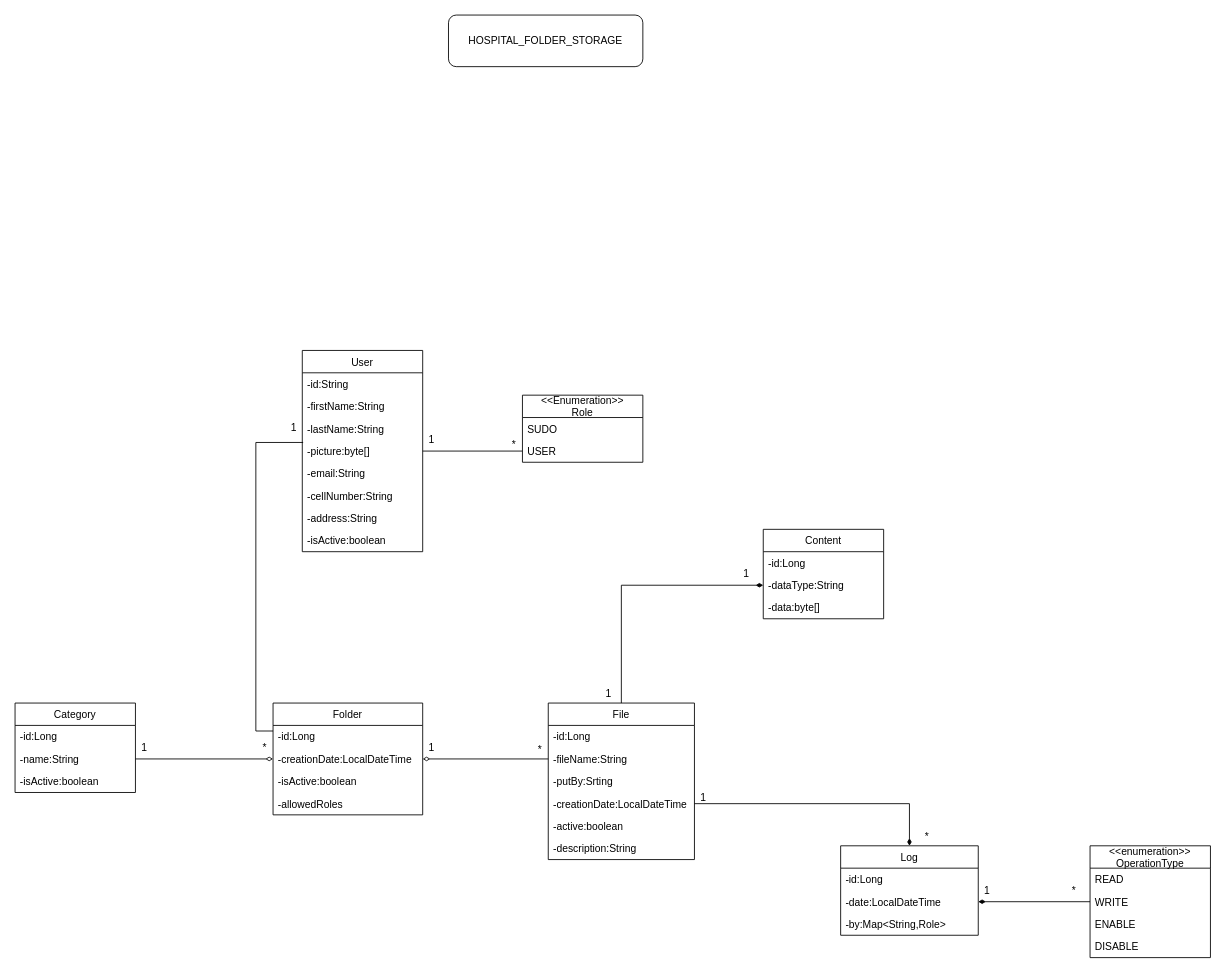
Above: fileCabinetUML.drawio in Moussa348/FilingCabinet (draw.io), before the change. Source tidied: cells renumbered, new cells numbered last; positions are measured from the earlier drawing's top-left corner, leaving out a move shared by most shapes. Both pictures are drawn from the tidied source at 86%, with x=0, y=0 at pixel (15, 15).
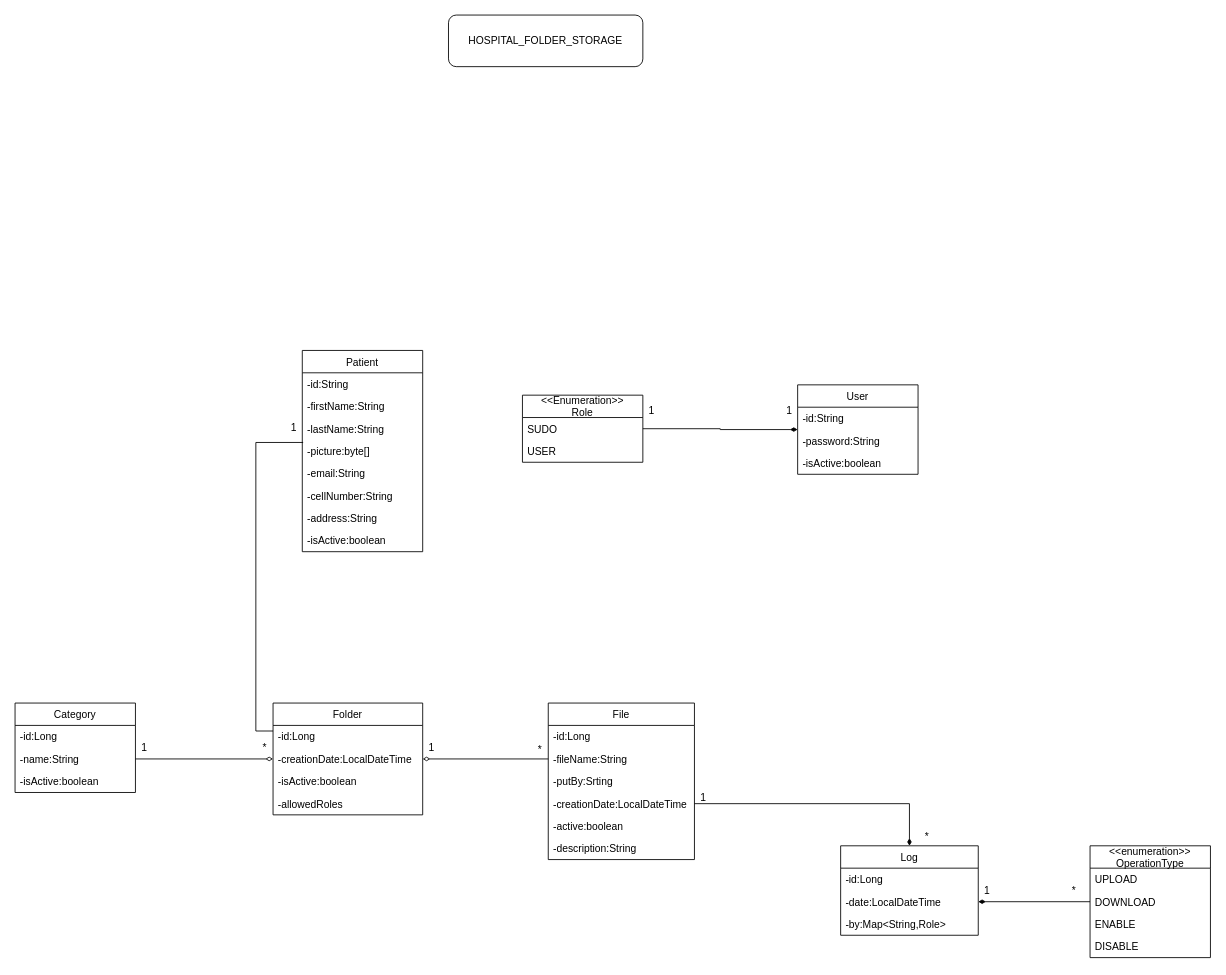
After the change.

The change refers to these unchanged cells:
```xml
<mxCell id="6" value="-picture:byte[]" style="text;strokeColor=none;fillColor=none;align=left;verticalAlign=top;spacingLeft=4;spacingRight=4;overflow=hidden;points=[[0,0.5],[1,0.5]];portConstraint=eastwest;" parent="2" vertex="1">
  <mxGeometry y="104" width="140" height="26" as="geometry" />
</mxCell>
<mxCell id="27" value="File" style="swimlane;fontStyle=0;horizontal=1;startSize=26;fillColor=none;" parent="1" vertex="1">
  <mxGeometry x="620" y="800" width="170" height="182" as="geometry" />
</mxCell>
<mxCell id="51" value="SUDO" style="text;strokeColor=none;fillColor=none;align=left;verticalAlign=top;spacingLeft=4;spacingRight=4;overflow=hidden;points=[[0,0.5],[1,0.5]];portConstraint=eastwest;" parent="50" vertex="1">
  <mxGeometry y="26" width="140" height="26" as="geometry" />
</mxCell>
<mxCell id="52" value="USER" style="text;strokeColor=none;fillColor=none;align=left;verticalAlign=top;spacingLeft=4;spacingRight=4;overflow=hidden;points=[[0,0.5],[1,0.5]];portConstraint=eastwest;" parent="50" vertex="1">
  <mxGeometry y="52" width="140" height="26" as="geometry" />
</mxCell>
<mxCell id="57" value="&lt;&lt;enumeration&gt;&gt;&#10;OperationType" style="swimlane;fontStyle=0;horizontal=1;startSize=26;fillColor=none;" parent="1" vertex="1">
  <mxGeometry x="1250" y="966" width="140" height="130" as="geometry" />
</mxCell>
```

What changed in the source:
```diff
@@
-    <mxCell id="2" value="User" style="swimlane;fontStyle=0;horizontal=1;startSize=26;fillColor=none;" parent="1" vertex="1">
+    <mxCell id="2" value="Patient" style="swimlane;fontStyle=0;horizontal=1;startSize=26;fillColor=none;" parent="1" vertex="1">
       <mxGeometry x="334" y="390" width="140" height="234" as="geometry" />
     </mxCell>
@@
-    <mxCell id="26" style="edgeStyle=orthogonalEdgeStyle;rounded=0;jettySize=auto;html=1;entryX=0;entryY=0.5;entryDx=0;entryDy=0;endArrow=diamondThin;endFill=1;" parent="1" edge="1" source="27" target="46">
-      <mxGeometry relative="1" as="geometry" />
-    </mxCell>
@@
-    <mxCell id="44" value="Content" style="swimlane;fontStyle=0;horizontal=1;startSize=26;fillColor=none;" parent="1" vertex="1">
-      <mxGeometry x="870" y="598" width="140" height="104" as="geometry" />
-    </mxCell>
-    <mxCell id="45" value="-id:Long" style="text;strokeColor=none;fillColor=none;align=left;verticalAlign=top;spacingLeft=4;spacingRight=4;overflow=hidden;" parent="44" vertex="1">
-      <mxGeometry y="26" width="140" height="26" as="geometry" />
-    </mxCell>
-    <mxCell id="46" value="-dataType:String" style="text;strokeColor=none;fillColor=none;align=left;verticalAlign=top;spacingLeft=4;spacingRight=4;overflow=hidden;points=[[0,0.5],[1,0.5]];portConstraint=eastwest;" parent="44" vertex="1">
-      <mxGeometry y="52" width="140" height="26" as="geometry" />
-    </mxCell>
-    <mxCell id="47" value="-data:byte[]" style="text;strokeColor=none;fillColor=none;align=left;verticalAlign=top;spacingLeft=4;spacingRight=4;overflow=hidden;" parent="44" vertex="1">
-      <mxGeometry y="78" width="140" height="26" as="geometry" />
-    </mxCell>
-    <mxCell id="48" value="1" style="text;html=1;align=center;verticalAlign=middle;strokeColor=none;" parent="1" vertex="1">
-      <mxGeometry x="680" y="780" width="20" height="20" as="geometry" />
-    </mxCell>
-    <mxCell id="49" value="1" style="text;html=1;align=center;verticalAlign=middle;strokeColor=none;" parent="1" vertex="1">
-      <mxGeometry x="840" y="640" width="20" height="20" as="geometry" />
-    </mxCell>
@@
-    <mxCell id="53" style="edgeStyle=orthogonalEdgeStyle;rounded=0;jettySize=auto;html=1;exitX=1;exitY=0.5;exitDx=0;exitDy=0;entryX=0;entryY=0.5;entryDx=0;entryDy=0;endArrow=none;endFill=0;" parent="1" edge="1" source="6" target="52">
-      <mxGeometry relative="1" as="geometry" />
-    </mxCell>
-    <mxCell id="54" value="1" style="text;html=1;align=center;verticalAlign=middle;strokeColor=none;" parent="1" vertex="1">
-      <mxGeometry x="474" y="484" width="20" height="20" as="geometry" />
-    </mxCell>
-    <mxCell id="55" value="*" style="text;html=1;align=center;verticalAlign=middle;strokeColor=none;" parent="1" vertex="1">
-      <mxGeometry x="570" y="490" width="20" height="20" as="geometry" />
-    </mxCell>
@@
-    <mxCell id="58" value="READ" style="text;strokeColor=none;fillColor=none;align=left;verticalAlign=top;spacingLeft=4;spacingRight=4;overflow=hidden;" parent="57" vertex="1">
+    <mxCell id="58" value="UPLOAD" style="text;strokeColor=none;fillColor=none;align=left;verticalAlign=top;spacingLeft=4;spacingRight=4;overflow=hidden;" parent="57" vertex="1">
       <mxGeometry y="26" width="140" height="26" as="geometry" />
     </mxCell>
-    <mxCell id="59" value="WRITE" style="text;strokeColor=none;fillColor=none;align=left;verticalAlign=top;spacingLeft=4;spacingRight=4;overflow=hidden;" parent="57" vertex="1">
+    <mxCell id="59" value="DOWNLOAD&#10;" style="text;strokeColor=none;fillColor=none;align=left;verticalAlign=top;spacingLeft=4;spacingRight=4;overflow=hidden;" parent="57" vertex="1">
       <mxGeometry y="52" width="140" height="26" as="geometry" />
     </mxCell>
@@
+    <mxCell id="64" value="User" style="swimlane;fontStyle=0;horizontal=1;startSize=26;fillColor=none;" parent="1" vertex="1">
+      <mxGeometry x="910" y="430" width="140" height="104" as="geometry" />
+    </mxCell>
+    <mxCell id="65" value="-id:String    " style="text;strokeColor=none;fillColor=none;align=left;verticalAlign=top;spacingLeft=4;spacingRight=4;overflow=hidden;" parent="64" vertex="1">
+      <mxGeometry y="26" width="140" height="26" as="geometry" />
+    </mxCell>
+    <mxCell id="66" value="-password:String" style="text;strokeColor=none;fillColor=none;align=left;verticalAlign=top;spacingLeft=4;spacingRight=4;overflow=hidden;" parent="64" vertex="1">
+      <mxGeometry y="52" width="140" height="26" as="geometry" />
+    </mxCell>
+    <mxCell id="67" value="-isActive:boolean" style="text;strokeColor=none;fillColor=none;align=left;verticalAlign=top;spacingLeft=4;spacingRight=4;overflow=hidden;" parent="64" vertex="1">
+      <mxGeometry y="78" width="140" height="26" as="geometry" />
+    </mxCell>
+    <mxCell id="68" style="edgeStyle=orthogonalEdgeStyle;rounded=0;jettySize=auto;html=1;exitX=1;exitY=0.5;exitDx=0;exitDy=0;entryX=0;entryY=0.5;entryDx=0;entryDy=0;endArrow=diamondThin;endFill=1;" parent="1" edge="1" source="51" target="64">
+      <mxGeometry relative="1" as="geometry" />
+    </mxCell>
+    <mxCell id="69" value="1" style="text;html=1;align=center;verticalAlign=middle;strokeColor=none;fillColor=none;" parent="1" vertex="1">
+      <mxGeometry x="890" y="450" width="20" height="20" as="geometry" />
+    </mxCell>
+    <mxCell id="70" value="1" style="text;html=1;align=center;verticalAlign=middle;strokeColor=none;fillColor=none;" parent="1" vertex="1">
+      <mxGeometry x="730" y="450" width="20" height="20" as="geometry" />
+    </mxCell>
```
